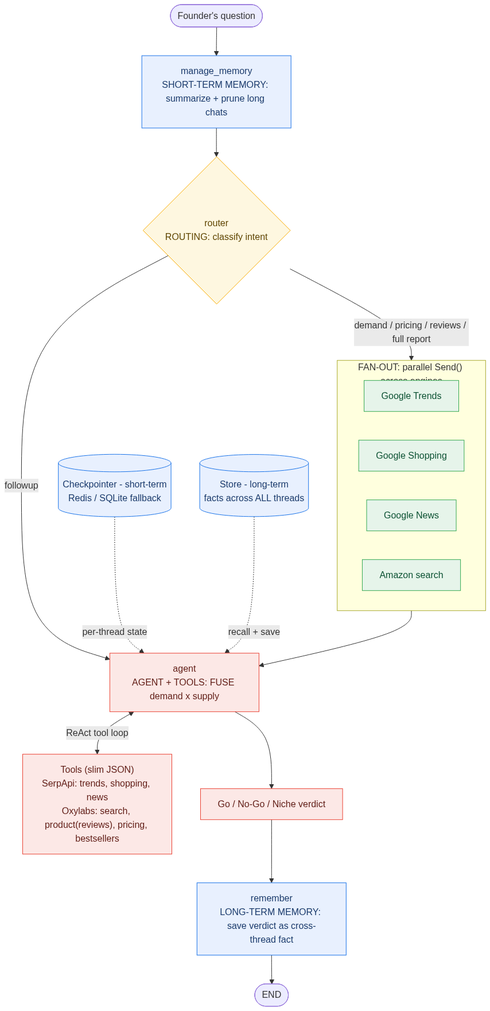
Above: graph_out/graph_styled.png in Shivanilarokar/Launch_lens_Langgraph-Agent (Mermaid), before the change. Its source is kept beside it as graph_out/graph_styled.mmd.
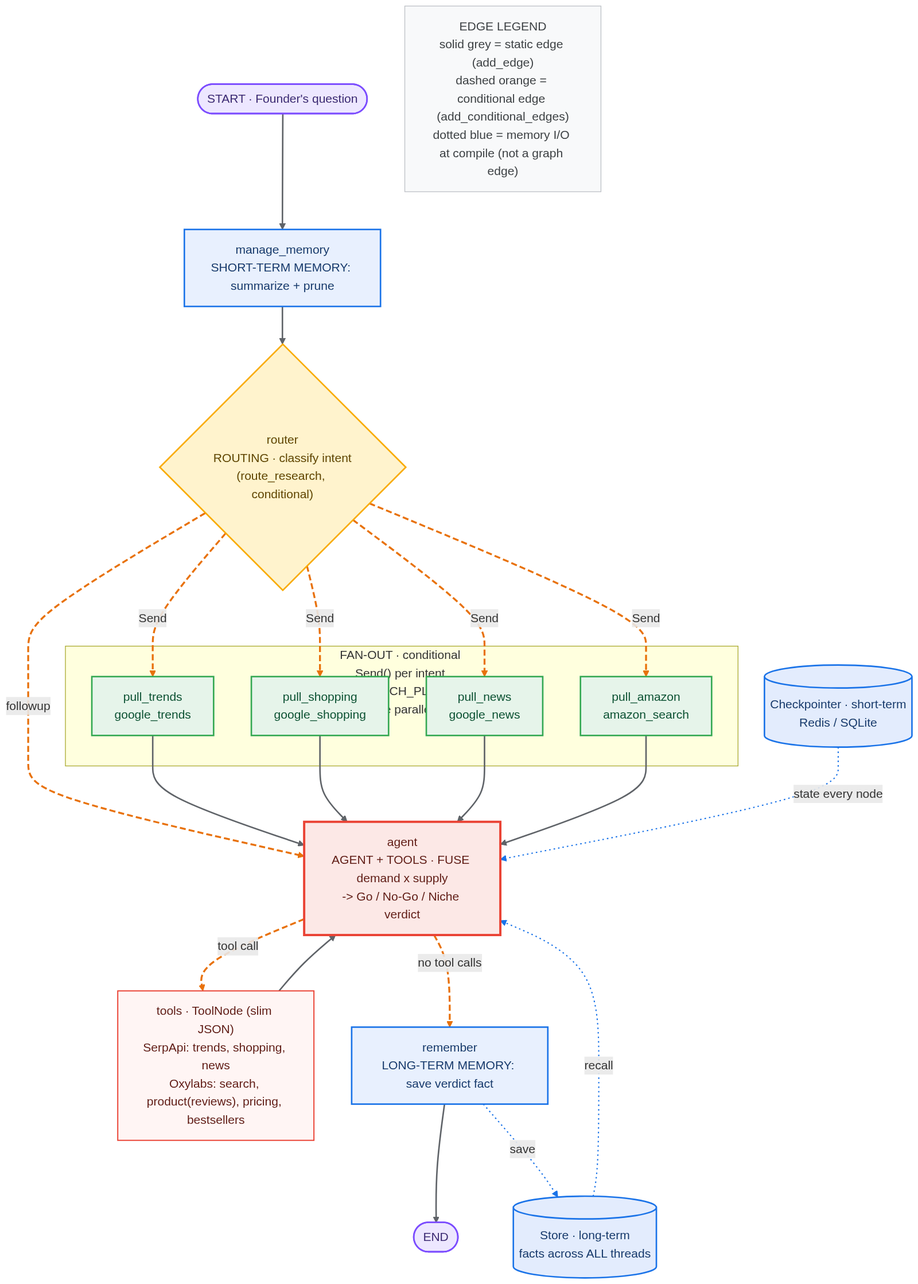
The same file after the commit.

Commit message:
Clean dead code, move diagrams to graph_out/, sync all concept-map line refs

What changed in the source:
```diff
@@ -1,24 +1,51 @@
 flowchart TD
-    U([Founder's question]) --> MM
-    MM["manage_memory<br/>SHORT-TERM MEMORY: summarize + prune long chats"]:::mem --> R
-    R{"router<br/>ROUTING: classify intent"}:::route
-    R -->|followup| AG
-    R -->|"demand / pricing / reviews / full report"| FO
-    subgraph FO["FAN-OUT: parallel Send() across engines"]
-      direction LR
-      WT["Google Trends"]:::fan
-      WS["Google Shopping"]:::fan
-      WN["Google News"]:::fan
-      WA["Amazon search"]:::fan
-    end
-    FO --> AG
-    AG["agent<br/>AGENT + TOOLS: FUSE demand x supply"]:::agent
-    AG <-->|ReAct tool loop| TL["Tools (slim JSON)<br/>SerpApi: trends, shopping, news<br/>Oxylabs: search, product(reviews), pricing, bestsellers"]:::agent
-    AG --> V["Go / No-Go / Niche verdict"]:::agent --> RM
-    RM["remember<br/>LONG-TERM MEMORY: save verdict as cross-thread fact"]:::mem --> E([END])
-    CP[("Checkpointer - short-term<br/>Redis / SQLite fallback")]:::mem -.->|per-thread state| AG
-    LT[("Store - long-term<br/>facts across ALL threads")]:::mem -.->|recall + save| AG
-    classDef mem fill:#e8f0fe,stroke:#1a73e8,color:#1a3a6b;
-    classDef route fill:#fef7e0,stroke:#f9ab00,color:#5f4500;
-    classDef fan fill:#e6f4ea,stroke:#34a853,color:#0b5132;
-    classDef agent fill:#fce8e6,stroke:#ea4335,color:#5f1b14;
+  U([START &middot; Founder's question]):::se
+  MM["manage_memory<br/>SHORT-TERM MEMORY: summarize + prune"]:::mem
+  R{"router<br/>ROUTING &middot; classify intent<br/>(route_research, conditional)"}:::route
+  AG["agent<br/>AGENT + TOOLS &middot; FUSE demand x supply<br/>-&gt; Go / No-Go / Niche verdict"]:::agent
+  TL["tools &middot; ToolNode (slim JSON)<br/>SerpApi: trends, shopping, news<br/>Oxylabs: search, product(reviews), pricing, bestsellers"]:::tools
+  RM["remember<br/>LONG-TERM MEMORY: save verdict fact"]:::mem
+  E([END]):::se
+  CP[("Checkpointer &middot; short-term<br/>Redis / SQLite")]:::db
+  ST[("Store &middot; long-term<br/>facts across ALL threads")]:::db
+  LEG["EDGE LEGEND<br/>solid grey = static edge (add_edge)<br/>dashed orange = conditional edge (add_conditional_edges)<br/>dotted blue = memory I/O at compile (not a graph edge)"]:::legend
+
+  subgraph FO["FAN-OUT &middot; conditional Send() per intent (RESEARCH_PLAN) &mdash; true parallel"]
+    direction LR
+    WT["pull_trends<br/>google_trends"]:::fan
+    WS["pull_shopping<br/>google_shopping"]:::fan
+    WN["pull_news<br/>google_news"]:::fan
+    WA["pull_amazon<br/>amazon_search"]:::fan
+  end
+
+  U --> MM
+  MM --> R
+  R -.->|Send| WT
+  R -.->|Send| WS
+  R -.->|Send| WN
+  R -.->|Send| WA
+  R -.->|followup| AG
+  WT --> AG
+  WS --> AG
+  WN --> AG
+  WA --> AG
+  AG -.->|tool call| TL
+  TL --> AG
+  AG -.->|no tool calls| RM
+  RM --> E
+  CP -.->|state every node| AG
+  ST -.->|recall| AG
+  RM -.->|save| ST
+
+  linkStyle 0,1,7,8,9,10,12,14 stroke:#5f6368,stroke-width:2px
+  linkStyle 2,3,4,5,6,11,13 stroke:#e8710a,stroke-width:2.5px,stroke-dasharray:8 4
+  linkStyle 15,16,17 stroke:#1a73e8,stroke-width:1.6px,stroke-dasharray:2 4
+
+  classDef se fill:#ede7ff,stroke:#7c4dff,color:#3b2a72,stroke-width:2px;
+  classDef mem fill:#e8f0fe,stroke:#1a73e8,color:#173a6b,stroke-width:2px;
+  classDef route fill:#fff3cd,stroke:#f9ab00,color:#5f4500,stroke-width:2px;
+  classDef fan fill:#e6f4ea,stroke:#34a853,color:#0b5132,stroke-width:2px;
+  classDef agent fill:#fce8e6,stroke:#ea4335,color:#5f1b14,stroke-width:3px;
+  classDef tools fill:#fff5f4,stroke:#ea4335,color:#5f1b14,stroke-width:1.5px;
+  classDef db fill:#e3ecfd,stroke:#1a73e8,color:#173a6b,stroke-width:2px;
+  classDef legend fill:#f8f9fa,stroke:#bdc1c6,color:#3c4043,stroke-width:1px;
```
